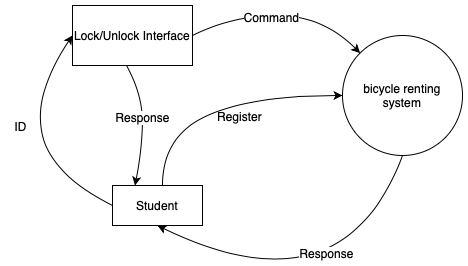
Earlier version of the draw.io export Assignment1/Images/Assignment1-ContextDiagram.png (MadhavChoudhary/SE-Assignments). Source tidied: cells renumbered, new cells last; positions are measured from the earlier drawing's top-left corner, leaving out a move shared by most shapes.
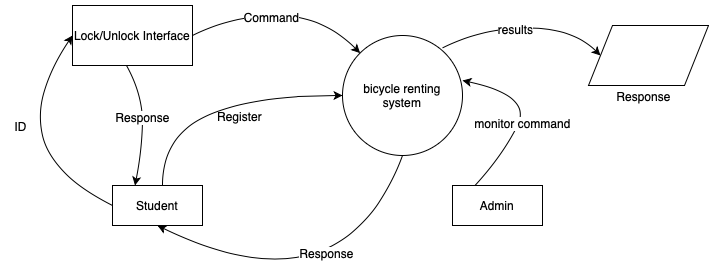
After the commit.

The edit, as a diff of the source:
```diff
@@ -67,5 +67,37 @@
     <mxCell id="14" value="Register&lt;br&gt;" style="text;html=1;align=center;verticalAlign=middle;" parent="1" vertex="1">
       <mxGeometry x="204" y="101" width="60" height="20" as="geometry" />
     </mxCell>
+    <mxCell id="15" value="Admin" style="rounded=0;whiteSpace=wrap;html=1;" parent="1" vertex="1">
+      <mxGeometry x="447" y="180" width="90" height="40" as="geometry" />
+    </mxCell>
+    <mxCell id="16" style="curved=1;endArrow=classic;html=1;exitX=0.25;exitY=0;exitDx=0;exitDy=0;entryX=1;entryY=0.375;entryDx=0;entryDy=0;entryPerimeter=0;" parent="1" edge="1" source="15" target="2">
+      <mxGeometry relative="1" as="geometry">
+        <Array as="points">
+          <mxPoint x="497" y="150" />
+          <mxPoint x="527" y="90" />
+        </Array>
+      </mxGeometry>
+    </mxCell>
+    <mxCell id="17" value="monitor command" style="text;html=1;align=center;verticalAlign=middle;labelBackgroundColor=#ffffff;" parent="16" vertex="1">
+      <mxGeometry x="-0.13" y="-3" relative="1" as="geometry" />
+    </mxCell>
+    <mxCell id="18" style="curved=1;endArrow=classic;html=1;exitX=1;exitY=0.5;exitDx=0;exitDy=0;entryX=0;entryY=0.5;entryDx=0;entryDy=0;" parent="1" edge="1" target="20">
+      <mxGeometry relative="1" as="geometry">
+        <mxPoint x="437" y="42.4" as="sourcePoint" />
+        <Array as="points">
+          <mxPoint x="477" y="22.4" />
+          <mxPoint x="567" y="22.4" />
+        </Array>
+      </mxGeometry>
+    </mxCell>
+    <mxCell id="19" value="results" style="text;html=1;align=center;verticalAlign=middle;labelBackgroundColor=#ffffff;" parent="18" vertex="1">
+      <mxGeometry x="-0.12" y="-1" relative="1" as="geometry" />
+    </mxCell>
+    <mxCell id="20" style="shape=parallelogram;perimeter=parallelogramPerimeter;whiteSpace=wrap;html=1;" parent="1" vertex="1">
+      <mxGeometry x="583" y="20" width="120" height="60" as="geometry" />
+    </mxCell>
+    <mxCell id="21" value="Response" style="text;html=1;align=center;verticalAlign=middle;" parent="1" vertex="1">
+      <mxGeometry x="603" y="81" width="70" height="20" as="geometry" />
+    </mxCell>
   </root>
 </mxGraphModel>
```
